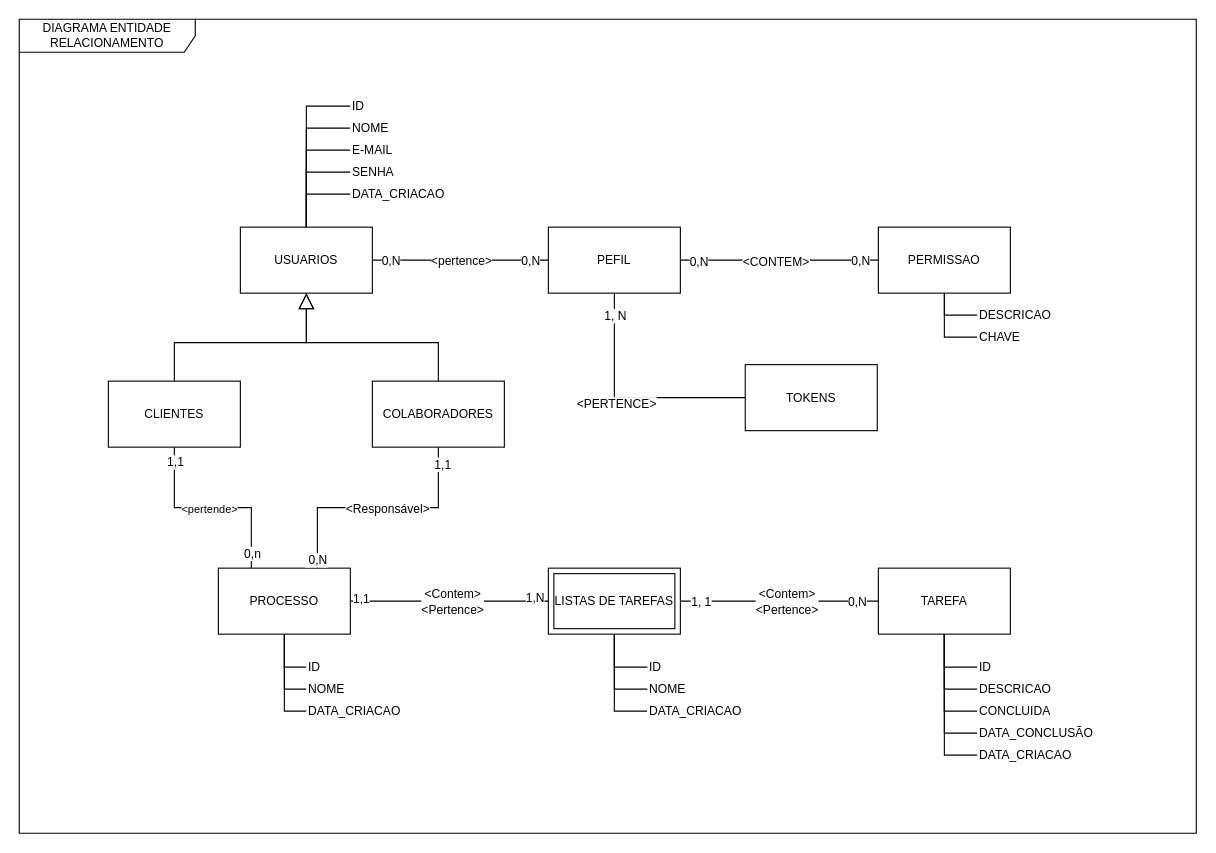
Above: page "dados" (3 of 5) of projeto/diagramas.drawio in gleberphant/processo-man (draw.io), before the change. Source tidied: cells renumbered, new cells numbered last; positions are measured from the earlier drawing's top-left corner, leaving out a move shared by most shapes. Both pictures are drawn from the tidied source at 110%, with x=0, y=0 at pixel (19, 19).
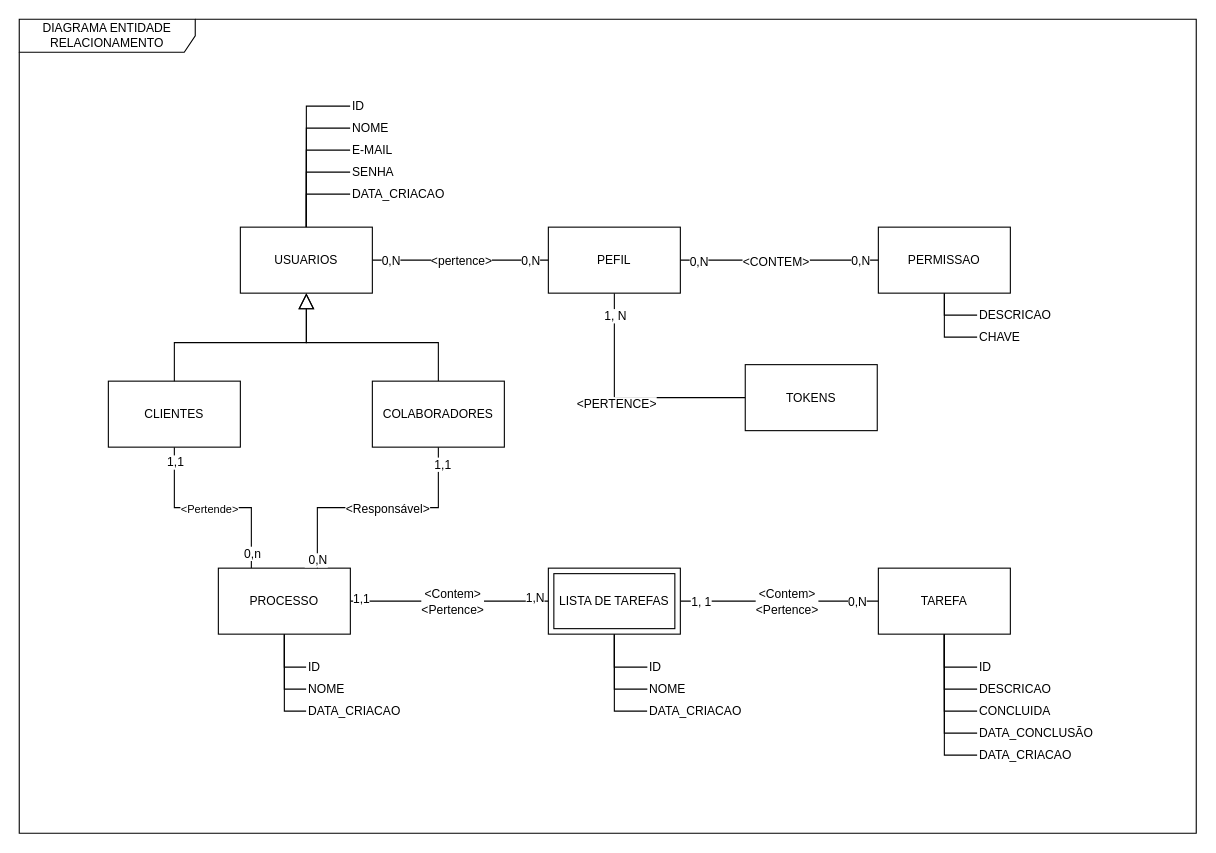
The same page after the edit.

The change refers to these unchanged cells:
```xml
<mxCell id="6" style="edgeStyle=orthogonalEdgeStyle;shape=connector;rounded=0;jettySize=auto;html=1;strokeColor=default;align=center;verticalAlign=middle;fontFamily=Helvetica;fontSize=11;fontColor=default;labelBackgroundColor=default;startArrow=none;startFill=0;startSize=12;endArrow=none;endSize=12;exitX=0.25;exitY=0;exitDx=0;exitDy=0;" parent="1" edge="1" source="13" target="34">
  <mxGeometry relative="1" as="geometry" />
</mxCell>
```

What changed in the source:
```diff
@@
-    <mxCell id="7" value="&amp;lt;pertende&amp;gt;" style="edgeLabel;html=1;align=center;verticalAlign=middle;fontFamily=Helvetica;fontSize=10;fontColor=default;labelBackgroundColor=default;" parent="6" vertex="1">
+    <mxCell id="7" value="&amp;lt;Pertende&amp;gt;" style="edgeLabel;html=1;align=center;verticalAlign=middle;fontFamily=Helvetica;fontSize=10;fontColor=default;labelBackgroundColor=default;" parent="6" vertex="1">
       <mxGeometry x="-0.03" y="2" relative="1" as="geometry">
         <mxPoint x="-7" y="-2" as="offset" />
       </mxGeometry>
     </mxCell>
@@
-    <mxCell id="61" value="&lt;span style=&quot;&quot;&gt;LISTAS DE TAREFAS&lt;/span&gt;" style="shape=ext;margin=3;double=1;whiteSpace=wrap;html=1;align=center;fontFamily=Helvetica;fontSize=11;fontColor=default;labelBackgroundColor=none;" parent="1" vertex="1">
+    <mxCell id="61" value="&lt;span style=&quot;&quot;&gt;LISTA DE TAREFAS&lt;/span&gt;" style="shape=ext;margin=3;double=1;whiteSpace=wrap;html=1;align=center;fontFamily=Helvetica;fontSize=11;fontColor=default;labelBackgroundColor=none;" parent="1" vertex="1">
       <mxGeometry x="481" y="499" width="120" height="60" as="geometry" />
     </mxCell>
```
